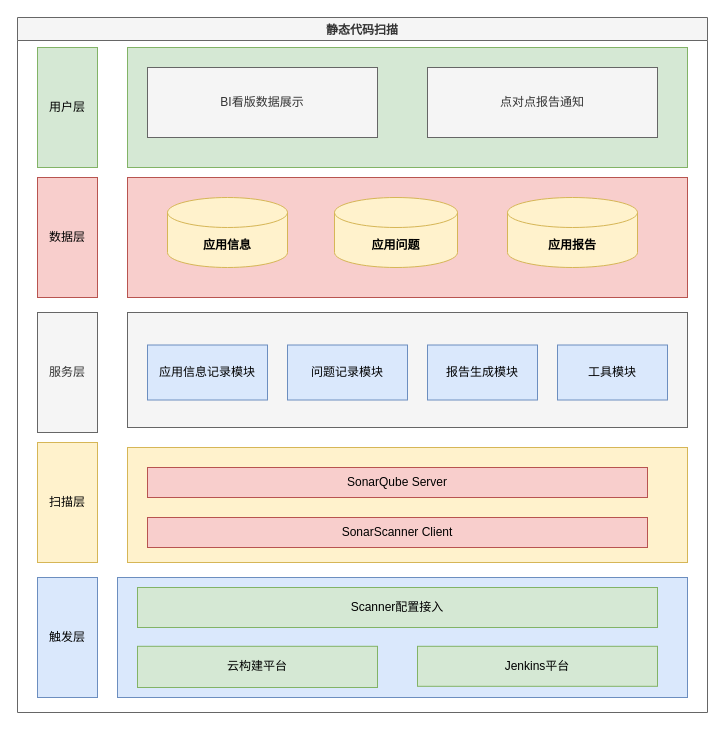
This is 好未来/静态代码扫描/代码扫描-架构图.drawio from dongjinmin-710/my-darwio, a draw.io file, before an edit. Source tidied: cells renumbered, new cells numbered last; positions are measured from the earlier drawing's top-left corner, leaving out a move shared by most shapes. Both pictures are drawn from the tidied source at 100%, with x=0, y=0 at pixel (17, 17).
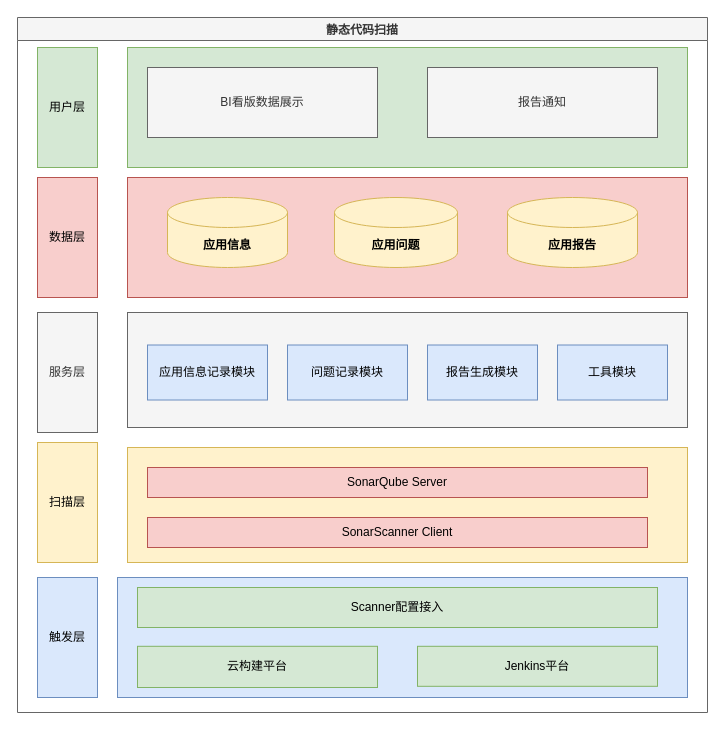
After the change.

Commit message:
更新代码扫描-架构图.drawio

The change refers to these unchanged cells:
```xml
<mxCell id="2" value="静态代码扫描" style="swimlane;fillColor=#f5f5f5;strokeColor=#666666;fontColor=#333333;" parent="1" vertex="1">
  <mxGeometry width="690" height="695" as="geometry" />
</mxCell>
```

The edit, as a diff of the source:
```diff
@@
-    <mxCell id="26" value="点对点报告通知" style="rounded=0;whiteSpace=wrap;html=1;fillColor=#f5f5f5;fontColor=#333333;strokeColor=#666666;" parent="2" vertex="1">
+    <mxCell id="26" value="报告通知" style="rounded=0;whiteSpace=wrap;html=1;fillColor=#f5f5f5;fontColor=#333333;strokeColor=#666666;" parent="2" vertex="1">
       <mxGeometry x="410" y="50" width="230" height="70" as="geometry" />
     </mxCell>
```
